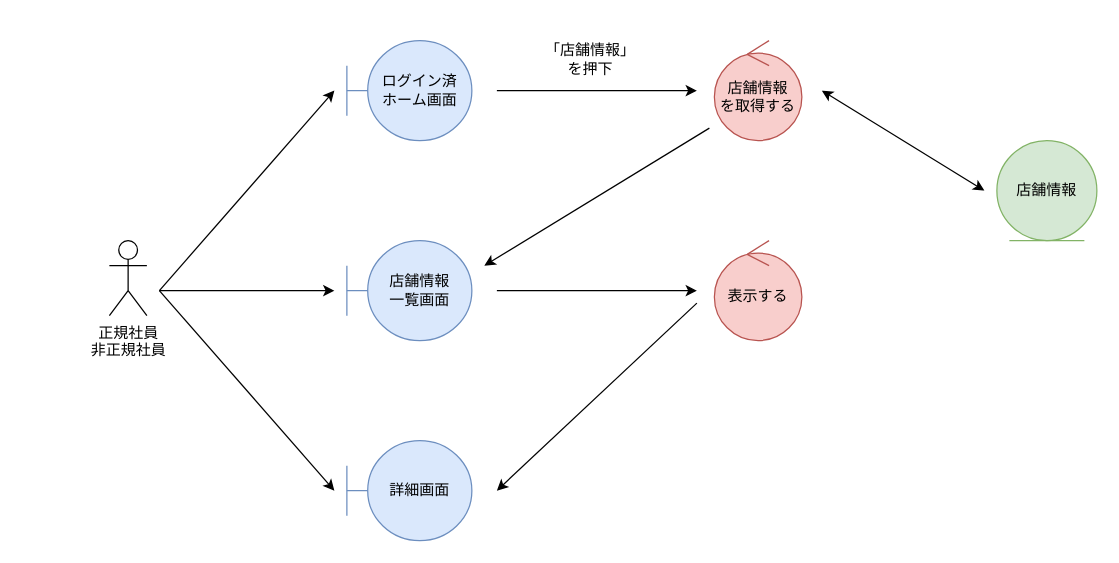
Above: 各種設計書/3ロバストネス図/人事情報管理/2.店舗情報参照.drawio in HaruShim/Sotuken (draw.io), before the change. Source tidied: cells renumbered, new cells numbered last; positions are measured from the earlier drawing's top-left corner, leaving out a move shared by most shapes. Both pictures are drawn from the tidied source at 125%, with x=0, y=0 at pixel (109, 40).
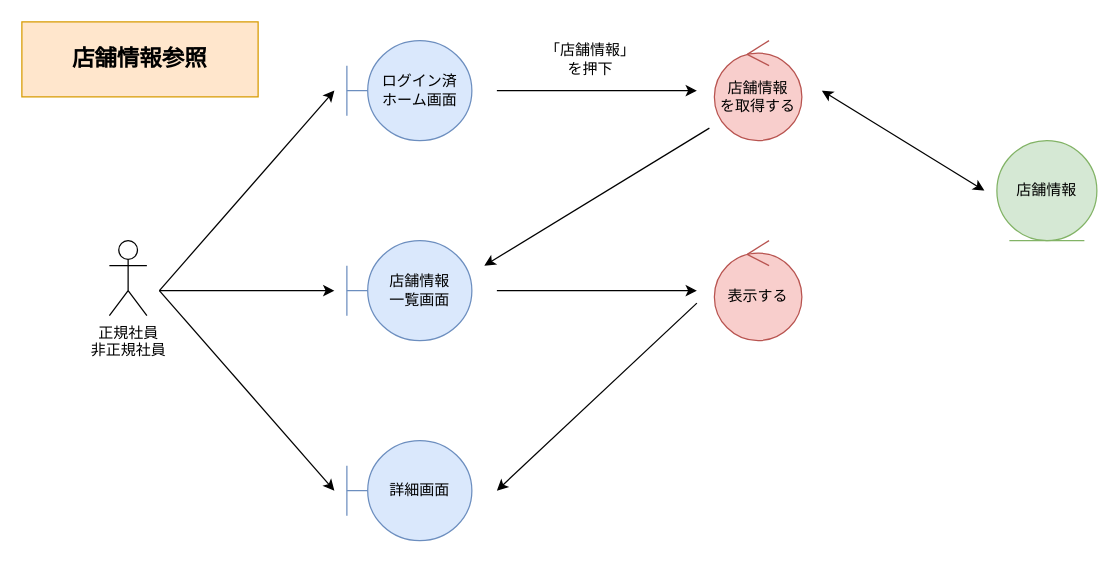
Above is the later version.

The edit, as a diff of the source:
```diff
@@
+    <mxCell id="18" value="店舗情報参照" style="rounded=0;whiteSpace=wrap;html=1;fillColor=#ffe6cc;strokeColor=#d79b00;fontStyle=1;fontSize=18;" parent="1" vertex="1">
+      <mxGeometry x="-70" y="-15" width="189" height="60" as="geometry" />
+    </mxCell>
```
